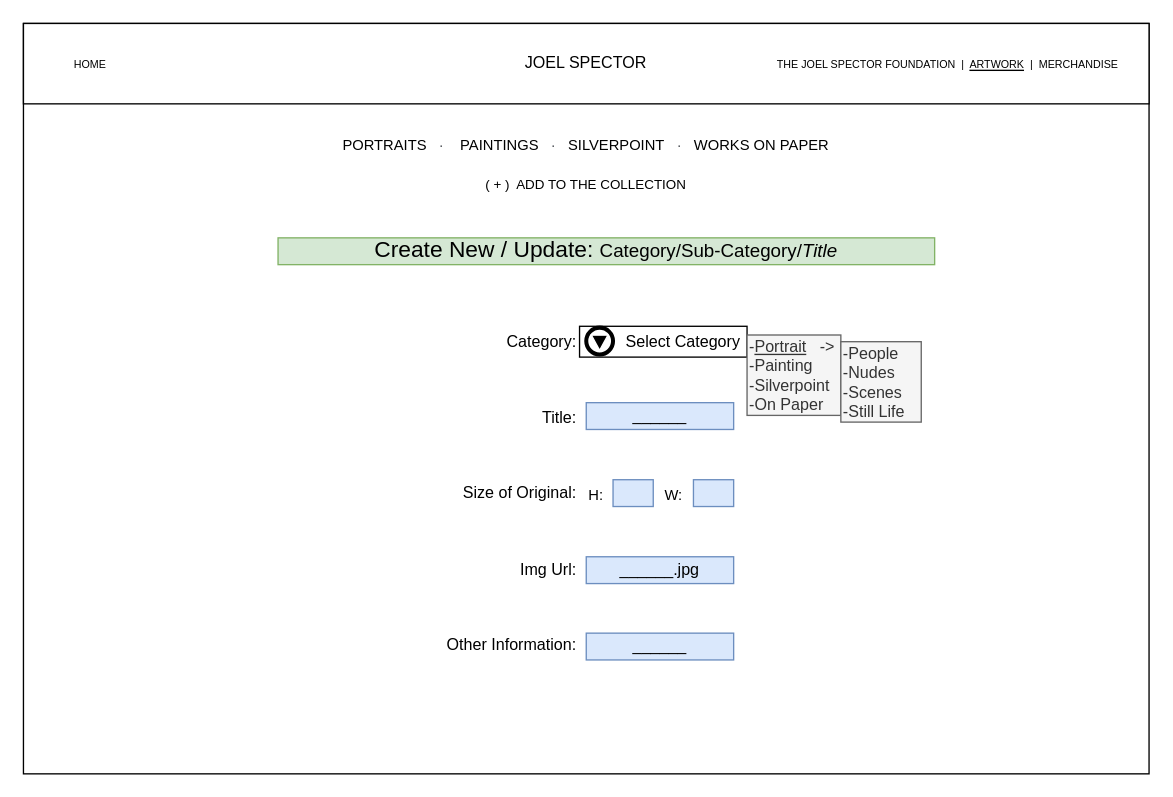
Above: readme-images/artwork-form.drawio in billyhk/jspect-planning (draw.io), before the change. Source tidied: cells renumbered, new cells numbered last; positions are measured from the earlier drawing's top-left corner, leaving out a move shared by most shapes. Both pictures are drawn from the tidied source at 134%, with x=0, y=0 at pixel (23, 23).
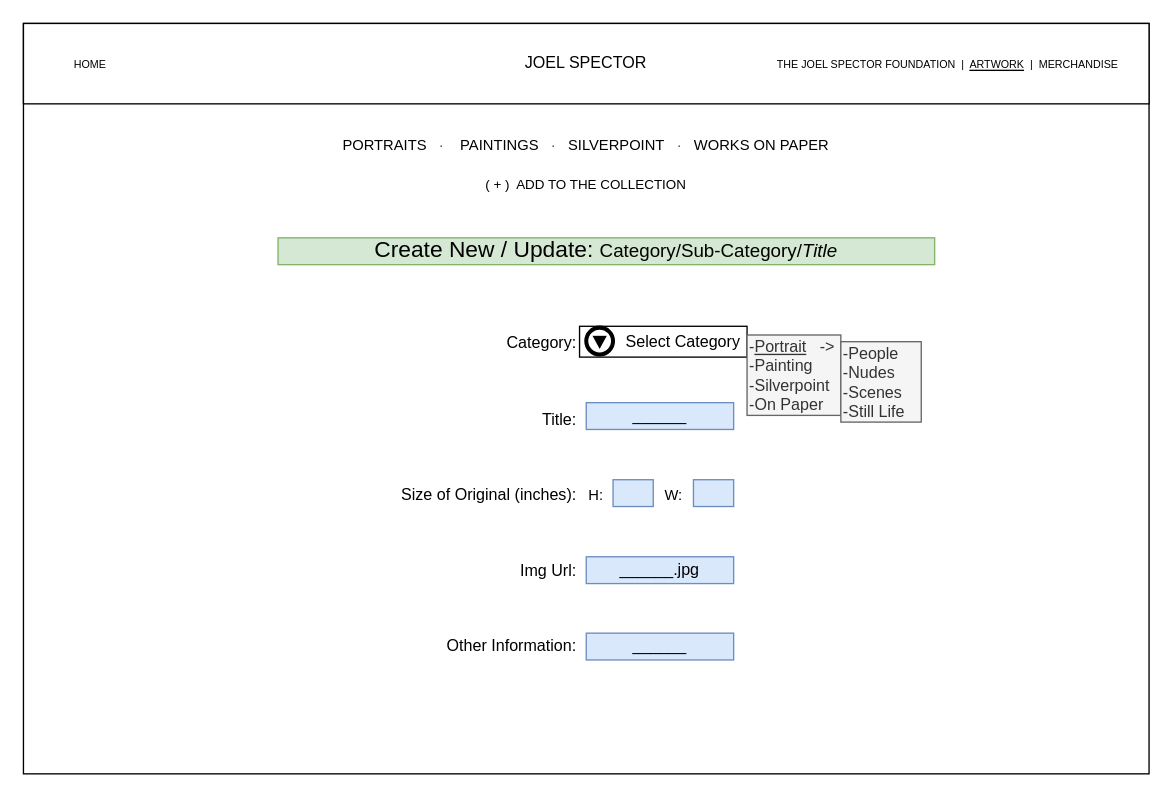
Above is the later version.

Commit message:
updated wireframe form

Diff of the diagram source:
```diff
@@
 <mxGraphModel>
   <root>
     <mxCell id="0" />
     <mxCell id="1" parent="0" />
     <mxCell id="2" style="rounded=0;whiteSpace=wrap;html=1;" parent="1" vertex="1">
       <mxGeometry width="840" height="560" as="geometry" />
     </mxCell>
     <mxCell id="3" value="JOEL SPECTOR" style="rounded=0;whiteSpace=wrap;html=1;" parent="1" vertex="1">
       <mxGeometry width="840" height="60" as="geometry" />
     </mxCell>
     <mxCell id="4" value="&lt;font style=&quot;font-size: 8px&quot;&gt;HOME&lt;/font&gt;" style="text;html=1;strokeColor=none;fillColor=none;align=center;verticalAlign=middle;whiteSpace=wrap;rounded=0;" parent="1" vertex="1">
       <mxGeometry x="30" y="20" width="40" height="20" as="geometry" />
     </mxCell>
     <mxCell id="5" value="&lt;font style=&quot;font-size: 8px&quot;&gt;THE JOEL SPECTOR FOUNDATION&amp;nbsp; |&amp;nbsp; &lt;u&gt;ARTWORK&lt;/u&gt;&amp;nbsp; |&amp;nbsp; MERCHANDISE&lt;/font&gt;" style="text;html=1;strokeColor=none;fillColor=none;align=center;verticalAlign=middle;whiteSpace=wrap;rounded=0;" parent="1" vertex="1">
       <mxGeometry x="540" y="20" width="300" height="20" as="geometry" />
     </mxCell>
     <mxCell id="6" value="&lt;font style=&quot;font-size: 11px&quot;&gt;&lt;font style=&quot;font-size: 11px&quot; face=&quot;Helvetica&quot;&gt;PORTRAITS&amp;nbsp; &amp;nbsp;&lt;span style=&quot;color: rgb(77 , 81 , 86) ; text-align: left ; background-color: rgb(255 , 255 , 255)&quot;&gt;·&amp;nbsp; &amp;nbsp;&lt;/span&gt;&amp;nbsp;PAINTINGS&amp;nbsp; &amp;nbsp;&lt;span style=&quot;color: rgb(77 , 81 , 86) ; text-align: left ; background-color: rgb(255 , 255 , 255)&quot;&gt;·&lt;/span&gt;&amp;nbsp; &amp;nbsp;SILVERPOINT&amp;nbsp; &amp;nbsp;&lt;span style=&quot;color: rgb(77 , 81 , 86) ; text-align: left ; background-color: rgb(255 , 255 , 255)&quot;&gt;·&lt;/span&gt;&amp;nbsp; &amp;nbsp;WORKS ON PAPER&lt;br&gt;&lt;br&gt;&lt;/font&gt;&lt;font style=&quot;font-size: 10px&quot; face=&quot;Helvetica&quot;&gt;( + )&amp;nbsp; ADD TO THE COLLECTION&lt;/font&gt;&lt;/font&gt;" style="text;html=1;strokeColor=none;fillColor=none;align=center;verticalAlign=middle;whiteSpace=wrap;rounded=0;fontFamily=ROBOTO;" parent="1" vertex="1">
       <mxGeometry y="80" width="840" height="50" as="geometry" />
     </mxCell>
     <mxCell id="7" value="&amp;nbsp; &amp;nbsp; &amp;nbsp; &amp;nbsp; &amp;nbsp;Select Category" style="rounded=0;whiteSpace=wrap;html=1;" parent="1" vertex="1">
       <mxGeometry x="415" y="226" width="125" height="23" as="geometry" />
     </mxCell>
     <mxCell id="8" style="shape=mxgraph.bpmn.shape;html=1;verticalLabelPosition=bottom;labelBackgroundColor=#ffffff;verticalAlign=top;align=center;perimeter=ellipsePerimeter;outline=end;symbol=signal;direction=west;" parent="1" vertex="1">
       <mxGeometry x="420" y="227" width="20" height="20" as="geometry" />
     </mxCell>
     <mxCell id="9" value="-&lt;u&gt;Portrait&lt;/u&gt;&amp;nbsp; &amp;nbsp;-&amp;gt;&lt;br&gt;-Painting&lt;br&gt;-Silverpoint&lt;br&gt;-On Paper" style="rounded=0;whiteSpace=wrap;html=1;align=left;fillColor=#f5f5f5;strokeColor=#666666;fontColor=#333333;" parent="1" vertex="1">
       <mxGeometry x="540" y="232.5" width="70" height="60" as="geometry" />
     </mxCell>
     <mxCell id="10" value="&lt;span&gt;-People&lt;/span&gt;&lt;br&gt;&lt;span&gt;-Nudes&lt;/span&gt;&lt;br&gt;&lt;span&gt;-Scenes&lt;/span&gt;&lt;br&gt;&lt;span&gt;-Still Life&lt;/span&gt;" style="rounded=0;whiteSpace=wrap;html=1;align=left;fillColor=#f5f5f5;strokeColor=#666666;fontColor=#333333;" parent="1" vertex="1">
       <mxGeometry x="610" y="237.5" width="60" height="60" as="geometry" />
     </mxCell>
-    <mxCell id="11" value="&lt;p style=&quot;line-height: 470%&quot;&gt;Category:&lt;br&gt;Title:&lt;br&gt;Size of Original:&lt;br&gt;Img Url:&lt;br&gt;Other Information:&lt;/p&gt;" style="text;html=1;strokeColor=none;fillColor=none;align=right;verticalAlign=middle;whiteSpace=wrap;rounded=0;" parent="1" vertex="1">
-      <mxGeometry x="315" y="223.5" width="100" height="255" as="geometry" />
+    <mxCell id="11" value="&lt;p style=&quot;line-height: 470%&quot;&gt;Category:&lt;br&gt;Title:&lt;br&gt;Size of Original (inches):&lt;br&gt;Img Url:&lt;br&gt;Other Information:&lt;/p&gt;" style="text;html=1;strokeColor=none;fillColor=none;align=right;verticalAlign=middle;whiteSpace=wrap;rounded=0;" parent="1" vertex="1">
+      <mxGeometry x="260" y="224" width="155" height="255" as="geometry" />
     </mxCell>
     <mxCell id="12" value="______" style="text;html=1;strokeColor=#6c8ebf;fillColor=#dae8fc;align=center;verticalAlign=middle;whiteSpace=wrap;rounded=0;" parent="1" vertex="1">
       <mxGeometry x="420" y="283" width="110" height="20" as="geometry" />
     </mxCell>
     <mxCell id="13" style="text;html=1;strokeColor=#6c8ebf;fillColor=#dae8fc;align=center;verticalAlign=middle;whiteSpace=wrap;rounded=0;" parent="1" vertex="1">
       <mxGeometry x="440" y="340.5" width="30" height="20" as="geometry" />
     </mxCell>
     <mxCell id="14" value="______.jpg" style="text;html=1;strokeColor=#6c8ebf;fillColor=#dae8fc;align=center;verticalAlign=middle;whiteSpace=wrap;rounded=0;" parent="1" vertex="1">
       <mxGeometry x="420" y="398" width="110" height="20" as="geometry" />
     </mxCell>
     <mxCell id="15" value="______" style="text;html=1;strokeColor=#6c8ebf;fillColor=#dae8fc;align=center;verticalAlign=middle;whiteSpace=wrap;rounded=0;" parent="1" vertex="1">
       <mxGeometry x="420" y="455" width="110" height="20" as="geometry" />
     </mxCell>
     <mxCell id="16" value="Create New / Update: &lt;font style=&quot;font-size: 14px&quot;&gt;Category/Sub-Category/&lt;i&gt;Title&lt;/i&gt;&lt;/font&gt;" style="text;html=1;strokeColor=#82b366;fillColor=#d5e8d4;align=center;verticalAlign=middle;whiteSpace=wrap;rounded=0;strokeWidth=1;fontSize=17;" parent="1" vertex="1">
       <mxGeometry x="190" y="160" width="490" height="20" as="geometry" />
     </mxCell>
     <mxCell id="17" style="text;html=1;strokeColor=#6c8ebf;fillColor=#dae8fc;align=center;verticalAlign=middle;whiteSpace=wrap;rounded=0;" parent="1" vertex="1">
       <mxGeometry x="500" y="340.5" width="30" height="20" as="geometry" />
     </mxCell>
     <mxCell id="18" value="&lt;font style=&quot;font-size: 11px&quot;&gt;H:&lt;/font&gt;" style="text;html=1;strokeColor=none;fillColor=none;align=center;verticalAlign=middle;whiteSpace=wrap;rounded=0;fontSize=17;" parent="1" vertex="1">
       <mxGeometry x="420" y="340.5" width="15" height="20" as="geometry" />
     </mxCell>
     <mxCell id="19" value="&lt;font style=&quot;font-size: 11px&quot;&gt;W:&lt;/font&gt;" style="text;html=1;strokeColor=none;fillColor=none;align=center;verticalAlign=middle;whiteSpace=wrap;rounded=0;fontSize=17;" parent="1" vertex="1">
       <mxGeometry x="477.5" y="340.5" width="15" height="20" as="geometry" />
     </mxCell>
   </root>
 </mxGraphModel>
```
